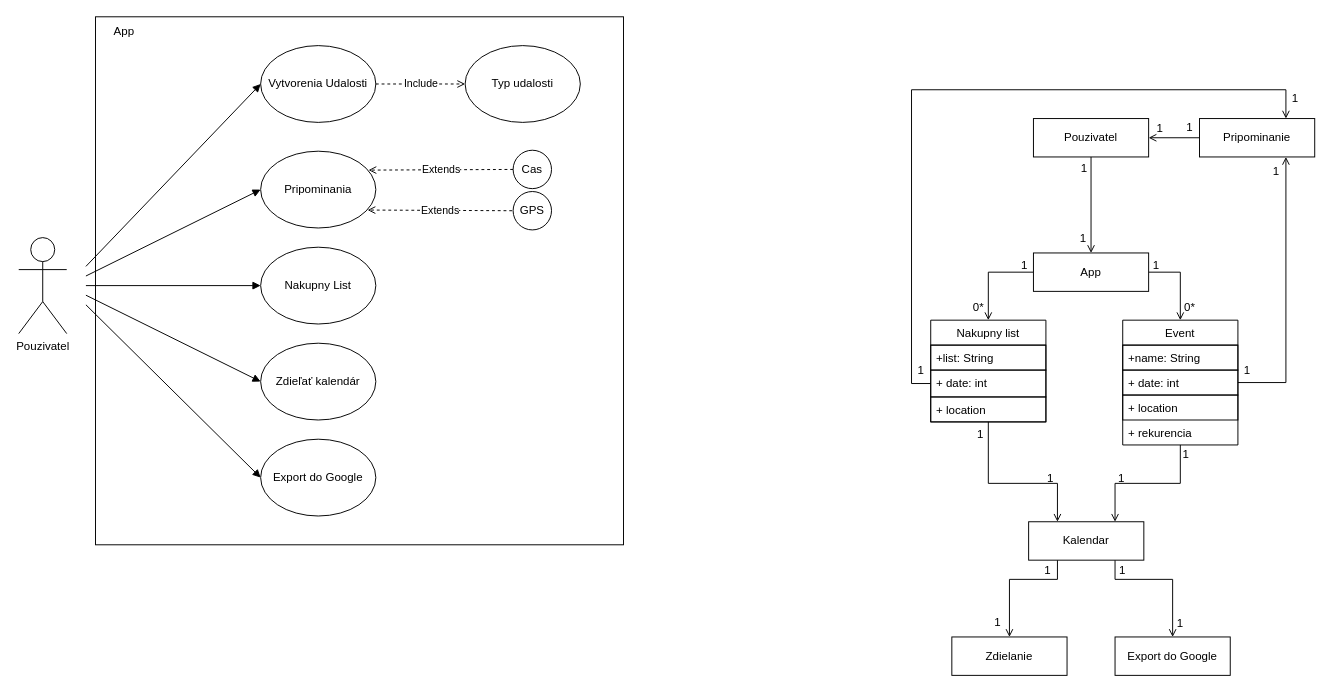
Before: SWI_1.drawio in X-Marosi/SWI_1, a draw.io diagram. Source tidied: cells renumbered, new cells numbered last; positions are measured from the earlier drawing's top-left corner, leaving out a move shared by most shapes. Both pictures are drawn from the tidied source at 96%, with x=0, y=0 at pixel (18, 16).
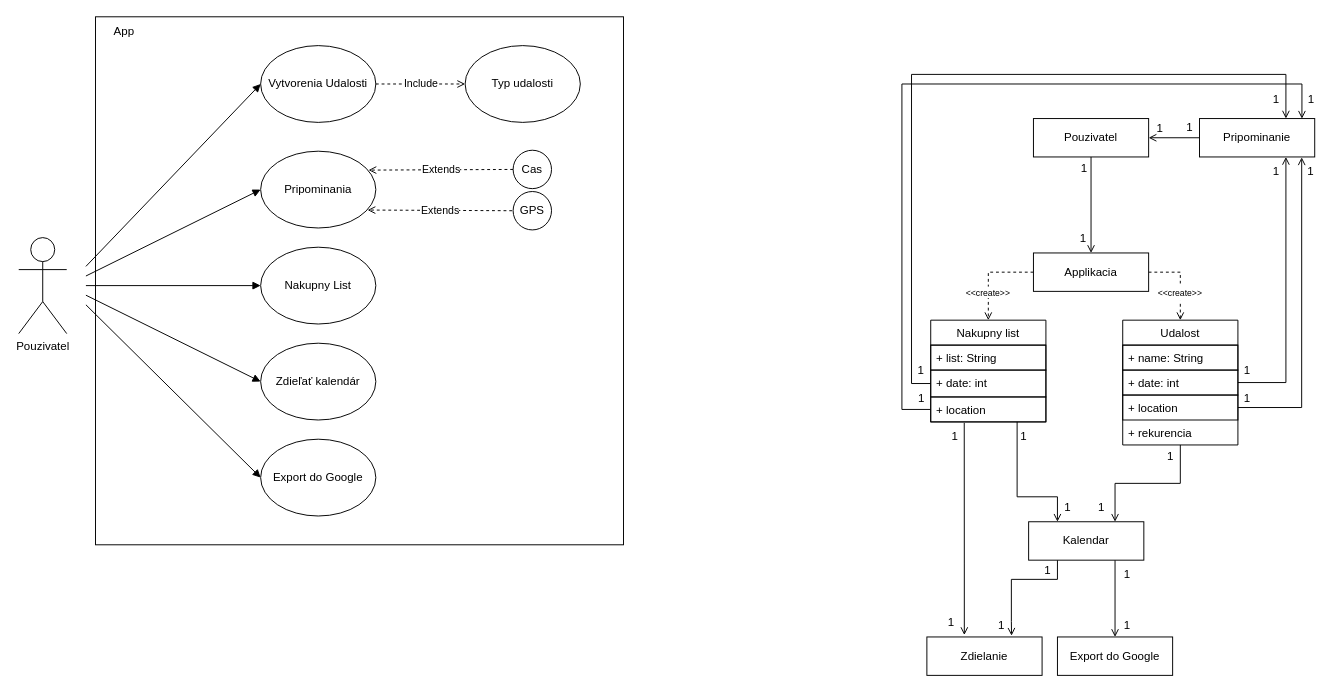
After the change.

Unchanged cells that the change refers to:
```xml
<mxCell id="30" value="+ location" style="text;strokeColor=default;fillColor=none;align=left;verticalAlign=top;spacingLeft=4;spacingRight=4;overflow=hidden;points=[[0,0.5],[1,0.5]];portConstraint=eastwest;" parent="27" vertex="1">
  <mxGeometry y="78" width="120" height="26" as="geometry" />
</mxCell>
<mxCell id="33" value="Nakupny list" style="swimlane;fontStyle=0;horizontal=1;startSize=26;fillColor=none;" parent="1" vertex="1">
  <mxGeometry x="950" y="316" width="120" height="106" as="geometry" />
</mxCell>
<mxCell id="35" value="+ date: int" style="text;strokeColor=default;fillColor=none;align=left;verticalAlign=top;spacingLeft=4;spacingRight=4;overflow=hidden;points=[[0,0.5],[1,0.5]];portConstraint=eastwest;" parent="33" vertex="1">
  <mxGeometry y="52" width="120" height="28" as="geometry" />
</mxCell>
<mxCell id="36" value="+ location" style="text;strokeColor=default;fillColor=none;align=left;verticalAlign=top;spacingLeft=4;spacingRight=4;overflow=hidden;points=[[0,0.5],[1,0.5]];portConstraint=eastwest;" parent="33" vertex="1">
  <mxGeometry y="80" width="120" height="26" as="geometry" />
</mxCell>
<mxCell id="40" value="Kalendar" style="rounded=0;whiteSpace=wrap;html=1;" parent="1" vertex="1">
  <mxGeometry x="1052" y="526" width="120" height="40" as="geometry" />
</mxCell>
<mxCell id="43" value="Pripominanie" style="rounded=0;whiteSpace=wrap;html=1;" parent="1" vertex="1">
  <mxGeometry x="1230" y="106" width="120" height="40" as="geometry" />
</mxCell>
```

Diff of the diagram source:
```diff
@@
-    <mxCell id="22" style="edgeStyle=orthogonalEdgeStyle;rounded=0;jettySize=auto;html=1;exitX=1;exitY=0.5;exitDx=0;exitDy=0;entryX=0.5;entryY=0;entryDx=0;entryDy=0;endArrow=open;endFill=0;" parent="1" edge="1" source="24" target="27">
+    <mxCell id="22" style="edgeStyle=orthogonalEdgeStyle;rounded=0;jettySize=auto;html=1;exitX=1;exitY=0.5;exitDx=0;exitDy=0;entryX=0.5;entryY=0;entryDx=0;entryDy=0;endArrow=open;endFill=0;dashed=1;" parent="1" edge="1" source="24" target="27">
       <mxGeometry relative="1" as="geometry" />
     </mxCell>
-    <mxCell id="23" style="edgeStyle=orthogonalEdgeStyle;rounded=0;jettySize=auto;html=1;exitX=0;exitY=0.5;exitDx=0;exitDy=0;entryX=0.5;entryY=0;entryDx=0;entryDy=0;endArrow=open;endFill=0;" parent="1" edge="1" source="24" target="33">
-      <mxGeometry relative="1" as="geometry" />
+    <mxCell id="23" style="edgeStyle=orthogonalEdgeStyle;rounded=0;jettySize=auto;html=1;exitX=0;exitY=0.5;exitDx=0;exitDy=0;entryX=0.5;entryY=0;entryDx=0;entryDy=0;endArrow=open;endFill=0;dashed=1;" parent="1" edge="1" source="24" target="33">
+      <mxGeometry relative="1" as="geometry">
+        <Array as="points">
+          <mxPoint x="1010" y="266" />
+        </Array>
+      </mxGeometry>
     </mxCell>
-    <mxCell id="24" value="App" style="rounded=0;whiteSpace=wrap;html=1;" parent="1" vertex="1">
+    <mxCell id="24" value="Applikacia" style="rounded=0;whiteSpace=wrap;html=1;" parent="1" vertex="1">
       <mxGeometry x="1057" y="246" width="120" height="40" as="geometry" />
     </mxCell>
@@
-    <mxCell id="27" value="Event" style="swimlane;fontStyle=0;horizontal=1;startSize=26;fillColor=none;strokeColor=default;" parent="1" vertex="1">
+    <mxCell id="27" value="Udalost" style="swimlane;fontStyle=0;horizontal=1;startSize=26;fillColor=none;strokeColor=default;" parent="1" vertex="1">
       <mxGeometry x="1150" y="316" width="120" height="130" as="geometry" />
     </mxCell>
-    <mxCell id="28" value="+name: String" style="text;strokeColor=default;fillColor=none;align=left;verticalAlign=top;spacingLeft=4;spacingRight=4;overflow=hidden;" parent="27" vertex="1">
+    <mxCell id="28" value="+ name: String" style="text;strokeColor=default;fillColor=none;align=left;verticalAlign=top;spacingLeft=4;spacingRight=4;overflow=hidden;" parent="27" vertex="1">
       <mxGeometry y="26" width="120" height="26" as="geometry" />
     </mxCell>
@@
     <mxCell id="32" style="edgeStyle=orthogonalEdgeStyle;rounded=0;jettySize=auto;html=1;entryX=0.25;entryY=0;entryDx=0;entryDy=0;endArrow=open;endFill=0;" parent="1" edge="1" source="33" target="40">
       <mxGeometry relative="1" as="geometry">
         <Array as="points">
-          <mxPoint x="1010" y="486" />
-          <mxPoint x="1082" y="486" />
+          <mxPoint x="1040" y="500" />
+          <mxPoint x="1082" y="500" />
         </Array>
       </mxGeometry>
     </mxCell>
@@
-    <mxCell id="34" value="+list: String" style="text;strokeColor=default;fillColor=none;align=left;verticalAlign=top;spacingLeft=4;spacingRight=4;overflow=hidden;" parent="33" vertex="1">
+    <mxCell id="34" value="+ list: String" style="text;strokeColor=default;fillColor=none;align=left;verticalAlign=top;spacingLeft=4;spacingRight=4;overflow=hidden;" parent="33" vertex="1">
       <mxGeometry y="26" width="120" height="26" as="geometry" />
     </mxCell>
@@
     <mxCell id="37" value="Zdielanie" style="rounded=0;whiteSpace=wrap;html=1;" parent="1" vertex="1">
-      <mxGeometry x="972" y="646" width="120" height="40" as="geometry" />
+      <mxGeometry x="946" y="646" width="120" height="40" as="geometry" />
     </mxCell>
-    <mxCell id="38" style="edgeStyle=orthogonalEdgeStyle;rounded=0;jettySize=auto;html=1;exitX=0.25;exitY=1;exitDx=0;exitDy=0;entryX=0.5;entryY=0;entryDx=0;entryDy=0;endArrow=open;endFill=0;" parent="1" edge="1" source="40" target="37">
+    <mxCell id="38" style="edgeStyle=orthogonalEdgeStyle;rounded=0;jettySize=auto;html=1;exitX=0.25;exitY=1;exitDx=0;exitDy=0;endArrow=open;endFill=0;entryX=0.735;entryY=-0.032;entryDx=0;entryDy=0;entryPerimeter=0;" parent="1" edge="1" source="40" target="37">
       <mxGeometry relative="1" as="geometry">
         <Array as="points">
           <mxPoint x="1082" y="586" />
-          <mxPoint x="1032" y="586" />
+          <mxPoint x="1034" y="586" />
+          <mxPoint x="1034" y="630" />
         </Array>
       </mxGeometry>
     </mxCell>
     <mxCell id="39" style="edgeStyle=orthogonalEdgeStyle;rounded=0;jettySize=auto;html=1;exitX=0.75;exitY=1;exitDx=0;exitDy=0;entryX=0.5;entryY=0;entryDx=0;entryDy=0;endArrow=open;endFill=0;" parent="1" edge="1" source="40" target="41">
-      <mxGeometry relative="1" as="geometry">
-        <Array as="points">
-          <mxPoint x="1142" y="586" />
-          <mxPoint x="1202" y="586" />
-        </Array>
-      </mxGeometry>
+      <mxGeometry relative="1" as="geometry" />
     </mxCell>
@@
     <mxCell id="41" value="Export do Google" style="rounded=0;whiteSpace=wrap;html=1;" parent="1" vertex="1">
-      <mxGeometry x="1142" y="646" width="120" height="40" as="geometry" />
+      <mxGeometry x="1082" y="646" width="120" height="40" as="geometry" />
     </mxCell>
@@
     <mxCell id="44" style="edgeStyle=orthogonalEdgeStyle;rounded=0;jettySize=auto;html=1;exitX=0;exitY=0.5;exitDx=0;exitDy=0;entryX=0.75;entryY=0;entryDx=0;entryDy=0;endArrow=open;endFill=0;" parent="1" edge="1" source="35" target="43">
       <mxGeometry relative="1" as="geometry">
         <Array as="points">
           <mxPoint x="930" y="382" />
-          <mxPoint x="930" y="76" />
-          <mxPoint x="1320" y="76" />
+          <mxPoint x="930" y="60" />
+          <mxPoint x="1320" y="60" />
         </Array>
       </mxGeometry>
     </mxCell>
@@
-    <mxCell id="48" value="0*" style="text;html=1;strokeColor=none;fillColor=none;align=center;verticalAlign=middle;whiteSpace=wrap;rounded=0;" parent="1" vertex="1">
-      <mxGeometry x="1210" y="289" width="20" height="27" as="geometry" />
-    </mxCell>
-    <mxCell id="49" value="1" style="text;html=1;strokeColor=none;fillColor=none;align=center;verticalAlign=middle;whiteSpace=wrap;rounded=0;" parent="1" vertex="1">
-      <mxGeometry x="1038" y="244" width="20" height="30" as="geometry" />
+    <mxCell id="49" value="&lt;font style=&quot;font-size: 9px;&quot;&gt;&amp;lt;&amp;lt;create&amp;gt;&amp;gt;&lt;/font&gt;" style="text;html=1;align=center;verticalAlign=middle;whiteSpace=wrap;rounded=0;fillColor=default;" parent="1" vertex="1">
+      <mxGeometry x="981" y="281" width="58" height="12" as="geometry" />
     </mxCell>
-    <mxCell id="50" value="0*" style="text;html=1;strokeColor=none;fillColor=none;align=center;verticalAlign=middle;whiteSpace=wrap;rounded=0;" parent="1" vertex="1">
-      <mxGeometry x="990" y="289" width="20" height="27" as="geometry" />
-    </mxCell>
-    <mxCell id="51" value="1" style="text;html=1;strokeColor=none;fillColor=none;align=center;verticalAlign=middle;whiteSpace=wrap;rounded=0;" parent="1" vertex="1">
-      <mxGeometry x="1175" y="244" width="20" height="30" as="geometry" />
+    <mxCell id="51" value="&lt;font style=&quot;font-size: 9px;&quot;&gt;&amp;lt;&amp;lt;create&amp;gt;&amp;gt;&lt;/font&gt;" style="text;html=1;strokeColor=none;fillColor=default;align=center;verticalAlign=middle;whiteSpace=wrap;rounded=0;" parent="1" vertex="1">
+      <mxGeometry x="1180" y="278" width="60" height="18" as="geometry" />
     </mxCell>
     <mxCell id="52" value="1" style="text;html=1;strokeColor=none;fillColor=none;align=center;verticalAlign=middle;whiteSpace=wrap;rounded=0;" parent="1" vertex="1">
-      <mxGeometry x="1140" y="562" width="20" height="30" as="geometry" />
+      <mxGeometry x="1145" y="566" width="20" height="30" as="geometry" />
     </mxCell>
     <mxCell id="53" value="1" style="text;html=1;strokeColor=none;fillColor=none;align=center;verticalAlign=middle;whiteSpace=wrap;rounded=0;" parent="1" vertex="1">
-      <mxGeometry x="1200" y="618" width="20" height="28" as="geometry" />
+      <mxGeometry x="1145" y="620" width="20" height="28" as="geometry" />
     </mxCell>
     <mxCell id="54" value="1" style="text;html=1;strokeColor=none;fillColor=none;align=center;verticalAlign=middle;whiteSpace=wrap;rounded=0;" parent="1" vertex="1">
-      <mxGeometry x="1010" y="616" width="20" height="30" as="geometry" />
+      <mxGeometry x="1014" y="619" width="20" height="30" as="geometry" />
     </mxCell>
@@
     <mxCell id="56" value="1" style="text;html=1;strokeColor=none;fillColor=none;align=center;verticalAlign=middle;whiteSpace=wrap;rounded=0;" parent="1" vertex="1">
-      <mxGeometry x="992" y="420" width="20" height="30" as="geometry" />
+      <mxGeometry x="1037" y="422" width="20" height="30" as="geometry" />
     </mxCell>
     <mxCell id="57" value="1" style="text;html=1;strokeColor=none;fillColor=none;align=center;verticalAlign=middle;whiteSpace=wrap;rounded=0;" parent="1" vertex="1">
-      <mxGeometry x="1065" y="466" width="20" height="30" as="geometry" />
+      <mxGeometry x="1083" y="496" width="20" height="30" as="geometry" />
     </mxCell>
     <mxCell id="58" value="1" style="text;html=1;strokeColor=none;fillColor=none;align=center;verticalAlign=middle;whiteSpace=wrap;rounded=0;" parent="1" vertex="1">
-      <mxGeometry x="1139" y="475" width="20" height="12" as="geometry" />
+      <mxGeometry x="1118" y="505" width="20" height="12" as="geometry" />
     </mxCell>
     <mxCell id="59" value="1" style="text;html=1;strokeColor=none;fillColor=none;align=center;verticalAlign=middle;whiteSpace=wrap;rounded=0;" parent="1" vertex="1">
-      <mxGeometry x="1206" y="441" width="20" height="30" as="geometry" />
+      <mxGeometry x="1190" y="443" width="20" height="30" as="geometry" />
     </mxCell>
@@
     <mxCell id="63" value="1" style="text;html=1;strokeColor=none;fillColor=none;align=center;verticalAlign=middle;whiteSpace=wrap;rounded=0;" parent="1" vertex="1">
-      <mxGeometry x="1320" y="70" width="20" height="30" as="geometry" />
+      <mxGeometry x="1300" y="71" width="20" height="30" as="geometry" />
     </mxCell>
@@
+    <mxCell id="66" style="endArrow=open;html=1;rounded=0;endFill=0;exitX=0.291;exitY=1.038;exitDx=0;exitDy=0;exitPerimeter=0;" parent="1" edge="1" source="36">
+      <mxGeometry relative="1" as="geometry">
+        <mxPoint x="985" y="644" as="targetPoint" />
+        <Array as="points">
+          <mxPoint x="985" y="570" />
+        </Array>
+      </mxGeometry>
+    </mxCell>
+    <mxCell id="67" value="1" style="text;html=1;align=center;verticalAlign=middle;strokeColor=none;fillColor=none;" parent="1" vertex="1">
+      <mxGeometry x="960" y="422" width="30" height="30" as="geometry" />
+    </mxCell>
+    <mxCell id="68" value="1" style="text;html=1;align=center;verticalAlign=middle;strokeColor=none;fillColor=none;" parent="1" vertex="1">
+      <mxGeometry x="956" y="616" width="30" height="30" as="geometry" />
+    </mxCell>
+    <mxCell id="69" style="edgeStyle=orthogonalEdgeStyle;rounded=0;jettySize=auto;html=1;exitX=1;exitY=0.5;exitDx=0;exitDy=0;entryX=0.887;entryY=1.01;entryDx=0;entryDy=0;entryPerimeter=0;endArrow=open;endFill=0;" parent="1" edge="1" source="30" target="43">
+      <mxGeometry relative="1" as="geometry" />
+    </mxCell>
+    <mxCell id="70" value="1" style="text;html=1;strokeColor=none;fillColor=none;align=center;verticalAlign=middle;whiteSpace=wrap;rounded=0;" parent="1" vertex="1">
+      <mxGeometry x="1336" y="146" width="20" height="30" as="geometry" />
+    </mxCell>
+    <mxCell id="71" value="1" style="text;html=1;strokeColor=none;fillColor=none;align=center;verticalAlign=middle;whiteSpace=wrap;rounded=0;" parent="1" vertex="1">
+      <mxGeometry x="1270" y="383" width="20" height="30" as="geometry" />
+    </mxCell>
+    <mxCell id="72" style="edgeStyle=orthogonalEdgeStyle;rounded=0;jettySize=auto;html=1;exitX=0;exitY=0.5;exitDx=0;exitDy=0;entryX=0.889;entryY=0.004;entryDx=0;entryDy=0;entryPerimeter=0;endArrow=open;endFill=0;" parent="1" edge="1" source="36" target="43">
+      <mxGeometry relative="1" as="geometry">
+        <Array as="points">
+          <mxPoint x="920" y="409" />
+          <mxPoint x="920" y="70" />
+          <mxPoint x="1337" y="70" />
+        </Array>
+      </mxGeometry>
+    </mxCell>
+    <mxCell id="73" value="1" style="text;html=1;align=center;verticalAlign=middle;strokeColor=none;fillColor=none;" parent="1" vertex="1">
+      <mxGeometry x="925" y="383" width="30" height="30" as="geometry" />
+    </mxCell>
+    <mxCell id="74" value="1" style="text;html=1;align=center;verticalAlign=middle;strokeColor=none;fillColor=none;" parent="1" vertex="1">
+      <mxGeometry x="1331" y="71" width="30" height="30" as="geometry" />
+    </mxCell>
```
